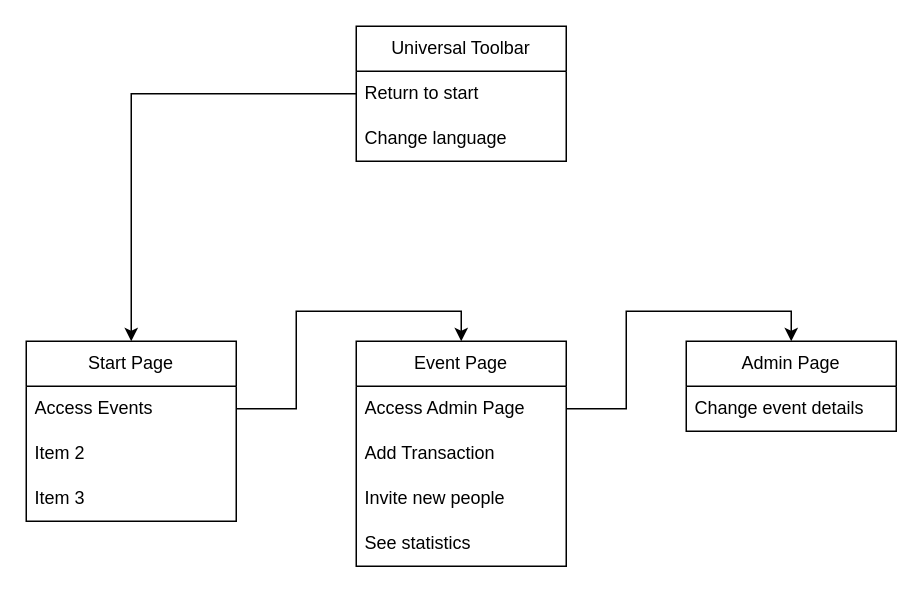
This is page "User Flow" (1 of 2) of docs/FlowChart.drawio from catrinelamariei/fairshare-project, a draw.io file, before an edit. Source tidied: cells renumbered, new cells numbered last; positions are measured from the earlier drawing's top-left corner, leaving out a move shared by most shapes. Both pictures are drawn from the tidied source at 150%, with x=0, y=0 at pixel (26, 26).
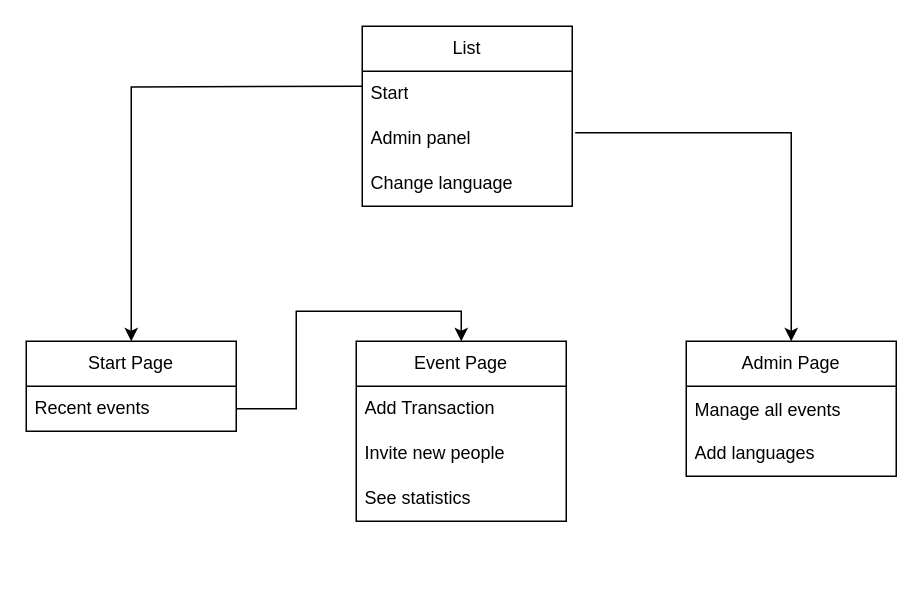
The same diagram, later.

Commit message:
alternate flowchart

What changed in the source:
```diff
@@
 <mxGraphModel>
   <root>
     <mxCell id="0" />
     <mxCell id="1" parent="0" />
     <mxCell id="2" value="Event Page" style="swimlane;fontStyle=0;horizontal=1;startSize=30;whiteSpace=wrap;html=1;" parent="1" vertex="1">
-      <mxGeometry x="220" y="210" width="140" height="150" as="geometry" />
+      <mxGeometry x="220" y="210" width="140" height="120" as="geometry" />
     </mxCell>
-    <mxCell id="3" value="Access Admin Page" style="text;strokeColor=none;fillColor=none;align=left;verticalAlign=middle;spacingLeft=4;spacingRight=4;overflow=hidden;points=[[0,0.5],[1,0.5]];portConstraint=eastwest;whiteSpace=wrap;html=1;" parent="2" vertex="1">
-      <mxGeometry y="30" width="140" height="30" as="geometry" />
-    </mxCell>
     <mxCell id="4" value="Add Transaction" style="text;strokeColor=none;fillColor=none;align=left;verticalAlign=middle;spacingLeft=4;spacingRight=4;overflow=hidden;whiteSpace=wrap;html=1;" parent="2" vertex="1">
-      <mxGeometry y="60" width="140" height="30" as="geometry" />
+      <mxGeometry y="30" width="140" height="30" as="geometry" />
     </mxCell>
     <mxCell id="5" value="Invite new people" style="text;strokeColor=none;fillColor=none;align=left;verticalAlign=middle;spacingLeft=4;spacingRight=4;overflow=hidden;whiteSpace=wrap;html=1;" parent="2" vertex="1">
-      <mxGeometry y="90" width="140" height="30" as="geometry" />
+      <mxGeometry y="60" width="140" height="30" as="geometry" />
     </mxCell>
     <mxCell id="6" value="See statistics" style="text;strokeColor=none;fillColor=none;align=left;verticalAlign=middle;spacingLeft=4;spacingRight=4;overflow=hidden;whiteSpace=wrap;html=1;" parent="2" vertex="1">
-      <mxGeometry y="120" width="140" height="30" as="geometry" />
+      <mxGeometry y="90" width="140" height="30" as="geometry" />
     </mxCell>
     <mxCell id="7" value="Start Page" style="swimlane;fontStyle=0;horizontal=1;startSize=30;whiteSpace=wrap;html=1;" parent="1" vertex="1">
-      <mxGeometry y="210" width="140" height="120" as="geometry" />
+      <mxGeometry y="210" width="140" height="60" as="geometry" />
     </mxCell>
-    <mxCell id="8" value="Access Events" style="text;strokeColor=none;fillColor=none;align=left;verticalAlign=middle;spacingLeft=4;spacingRight=4;overflow=hidden;points=[[0,0.5],[1,0.5]];portConstraint=eastwest;whiteSpace=wrap;html=1;" parent="7" vertex="1">
+    <mxCell id="8" value="&lt;div&gt;Recent events&lt;/div&gt;" style="text;strokeColor=none;fillColor=none;align=left;verticalAlign=middle;spacingLeft=4;spacingRight=4;overflow=hidden;points=[[0,0.5],[1,0.5]];portConstraint=eastwest;whiteSpace=wrap;html=1;" parent="7" vertex="1">
       <mxGeometry y="30" width="140" height="30" as="geometry" />
     </mxCell>
-    <mxCell id="9" value="Item 2" style="text;strokeColor=none;fillColor=none;align=left;verticalAlign=middle;spacingLeft=4;spacingRight=4;overflow=hidden;whiteSpace=wrap;html=1;" parent="7" vertex="1">
-      <mxGeometry y="60" width="140" height="30" as="geometry" />
-    </mxCell>
-    <mxCell id="10" value="Item 3" style="text;strokeColor=none;fillColor=none;align=left;verticalAlign=middle;spacingLeft=4;spacingRight=4;overflow=hidden;whiteSpace=wrap;html=1;" parent="7" vertex="1">
-      <mxGeometry y="90" width="140" height="30" as="geometry" />
-    </mxCell>
     <mxCell id="11" value="Admin Page" style="swimlane;fontStyle=0;horizontal=1;startSize=30;whiteSpace=wrap;html=1;" parent="1" vertex="1">
-      <mxGeometry x="440" y="210" width="140" height="60" as="geometry" />
+      <mxGeometry x="440" y="210" width="140" height="90" as="geometry" />
     </mxCell>
-    <mxCell id="12" value="Change event details" style="text;strokeColor=none;fillColor=none;align=left;verticalAlign=middle;spacingLeft=4;spacingRight=4;overflow=hidden;whiteSpace=wrap;html=1;" parent="11" vertex="1">
-      <mxGeometry y="30" width="140" height="30" as="geometry" />
+    <mxCell id="12" value="&lt;div&gt;Manage all events&lt;/div&gt;&lt;div&gt;&lt;br&gt;&lt;/div&gt;&lt;div&gt;Add languages&lt;/div&gt;" style="text;strokeColor=none;fillColor=none;align=left;verticalAlign=middle;spacingLeft=4;spacingRight=4;overflow=hidden;whiteSpace=wrap;html=1;" parent="11" vertex="1">
+      <mxGeometry y="30" width="140" height="60" as="geometry" />
     </mxCell>
     <mxCell id="13" style="edgeStyle=orthogonalEdgeStyle;rounded=0;jettySize=auto;html=1;entryX=0.5;entryY=0;entryDx=0;entryDy=0;" parent="1" edge="1" source="8" target="2">
       <mxGeometry relative="1" as="geometry" />
     </mxCell>
-    <mxCell id="14" style="edgeStyle=orthogonalEdgeStyle;rounded=0;jettySize=auto;html=1;entryX=0.5;entryY=0;entryDx=0;entryDy=0;" parent="1" edge="1" source="3" target="11">
+    <mxCell id="14" style="edgeStyle=orthogonalEdgeStyle;rounded=0;jettySize=auto;html=1;entryX=0.5;entryY=0;entryDx=0;entryDy=0;exitX=1.014;exitY=0.367;exitDx=0;exitDy=0;exitPerimeter=0;" parent="1" edge="1" source="21" target="11">
       <mxGeometry relative="1" as="geometry" />
     </mxCell>
-    <mxCell id="15" style="edgeStyle=orthogonalEdgeStyle;rounded=0;jettySize=auto;html=1;" parent="1" edge="1" source="16" target="7">
-      <mxGeometry relative="1" as="geometry" />
+    <mxCell id="15" style="edgeStyle=orthogonalEdgeStyle;rounded=0;jettySize=auto;html=1;" parent="1" edge="1" target="7">
+      <mxGeometry relative="1" as="geometry">
+        <mxPoint x="224" y="40" as="sourcePoint" />
+      </mxGeometry>
     </mxCell>
-    <mxCell id="16" value="Universal Toolbar" style="swimlane;fontStyle=0;horizontal=1;startSize=30;whiteSpace=wrap;html=1;" parent="1" vertex="1">
-      <mxGeometry x="220" width="140" height="90" as="geometry" />
-    </mxCell>
-    <mxCell id="17" value="Return to start" style="text;strokeColor=none;fillColor=none;align=left;verticalAlign=middle;spacingLeft=4;spacingRight=4;overflow=hidden;whiteSpace=wrap;html=1;" parent="16" vertex="1">
-      <mxGeometry y="30" width="140" height="30" as="geometry" />
-    </mxCell>
+    <mxCell id="19" value="List" style="swimlane;fontStyle=0;horizontal=1;startSize=30;whiteSpace=wrap;html=1;" parent="1" vertex="1">
+      <mxGeometry x="224" width="140" height="120" as="geometry" />
+    </mxCell>
+    <mxCell id="20" value="&lt;div&gt;Start&lt;/div&gt;" style="text;strokeColor=none;fillColor=none;align=left;verticalAlign=middle;spacingLeft=4;spacingRight=4;overflow=hidden;whiteSpace=wrap;html=1;" parent="19" vertex="1">
+      <mxGeometry y="30" width="140" height="30" as="geometry" />
+    </mxCell>
+    <mxCell id="21" value="&lt;div&gt;Admin panel&lt;/div&gt;" style="text;strokeColor=none;fillColor=none;align=left;verticalAlign=middle;spacingLeft=4;spacingRight=4;overflow=hidden;points=[[0,0.5],[1,0.5]];portConstraint=eastwest;whiteSpace=wrap;html=1;" parent="19" vertex="1">
+      <mxGeometry y="60" width="140" height="30" as="geometry" />
+    </mxCell>
-    <mxCell id="18" value="Change language" style="text;strokeColor=none;fillColor=none;align=left;verticalAlign=middle;spacingLeft=4;spacingRight=4;overflow=hidden;whiteSpace=wrap;html=1;" parent="16" vertex="1">
-      <mxGeometry y="60" width="140" height="30" as="geometry" />
+    <mxCell id="18" value="&lt;div&gt;Change language&lt;/div&gt;" style="text;strokeColor=none;fillColor=none;align=left;verticalAlign=middle;spacingLeft=4;spacingRight=4;overflow=hidden;whiteSpace=wrap;html=1;" parent="19" vertex="1">
+      <mxGeometry y="90" width="140" height="30" as="geometry" />
     </mxCell>
   </root>
 </mxGraphModel>
```
